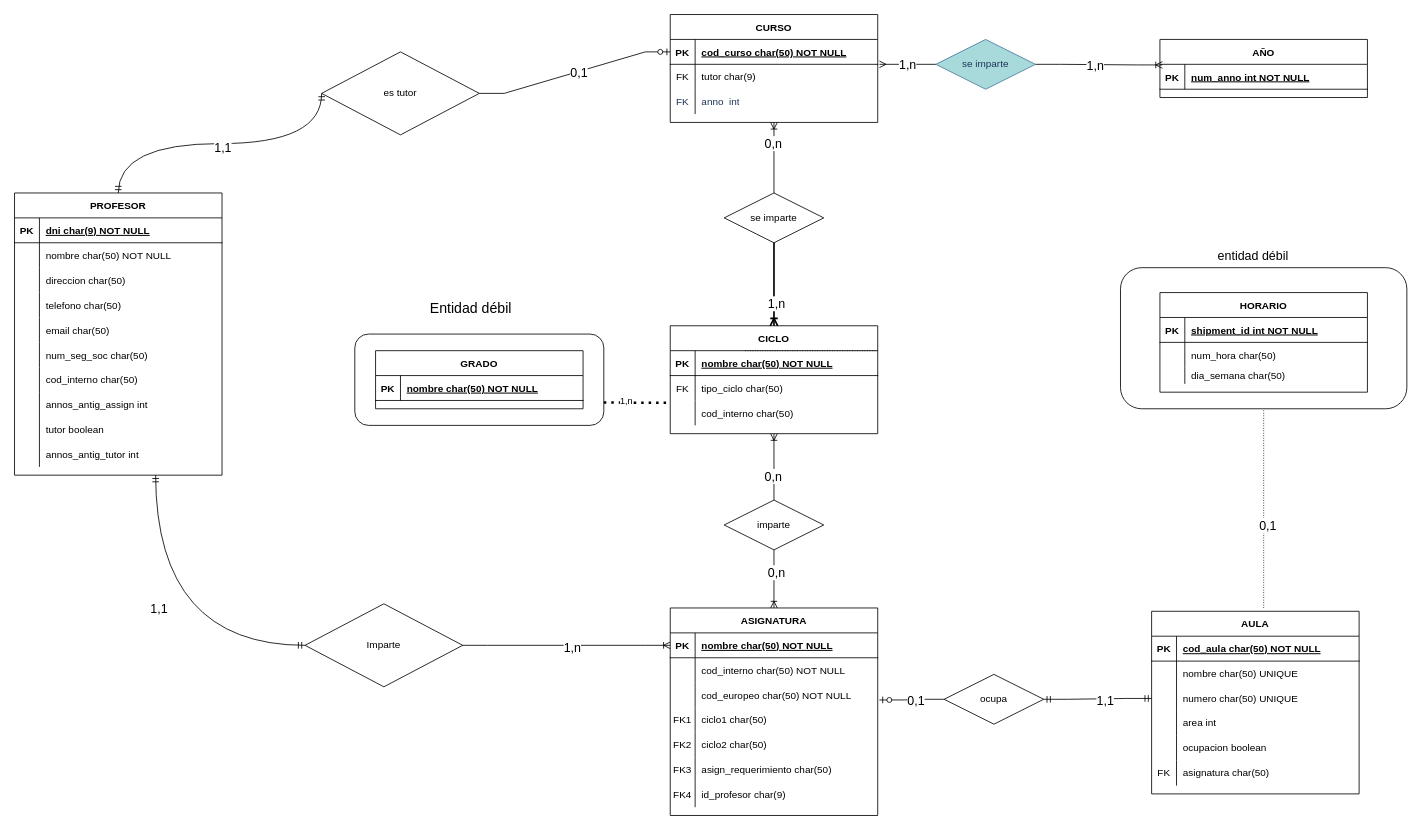
Before: c3-ud12-ejercicio17.drawio in eilmadc/c3-ud12-diagramaser-team03, a draw.io diagram. Source tidied: cells renumbered, new cells numbered last; positions are measured from the earlier drawing's top-left corner, leaving out a move shared by most shapes. Both pictures are drawn from the tidied source at 83%, with x=0, y=0 at pixel (14, 14).
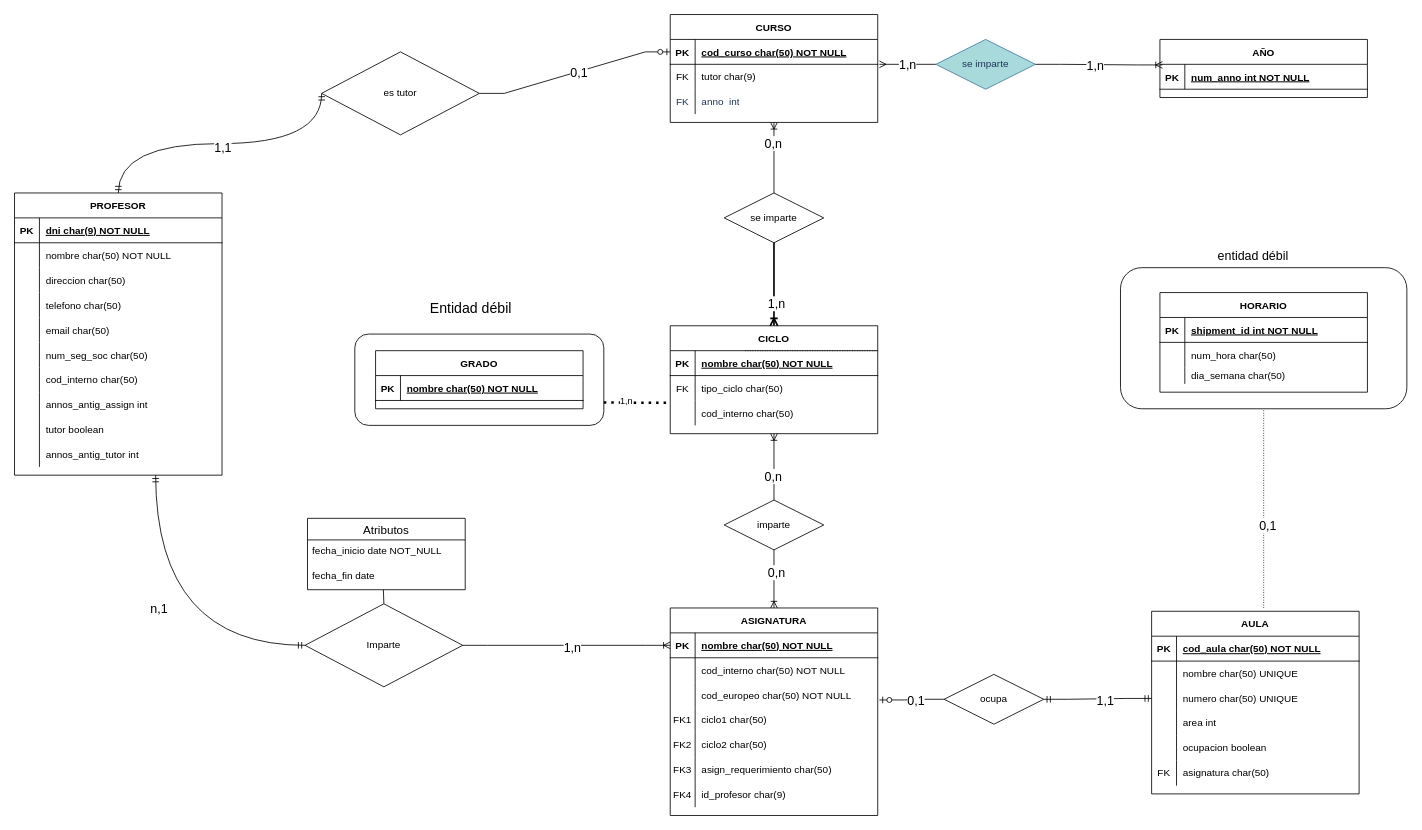
The same page after the edit.

The change refers to these unchanged cells:
```xml
<mxCell id="138" value="Imparte" style="shape=rhombus;perimeter=rhombusPerimeter;whiteSpace=wrap;html=1;align=center;" parent="1" vertex="1">
  <mxGeometry x="350" y="710" width="190" height="100" as="geometry" />
</mxCell>
<mxCell id="144" style="edgeStyle=orthogonalEdgeStyle;fontSize=12;html=1;endArrow=ERmandOne;startArrow=ERmandOne;rounded=0;exitX=0;exitY=0.5;exitDx=0;exitDy=0;curved=1;" parent="1" edge="1" source="138">
  <mxGeometry relative="1" as="geometry">
    <mxPoint x="170" y="555" as="targetPoint" />
  </mxGeometry>
</mxCell>
```

The edit, as a diff of the source:
```diff
@@
-    <mxCell id="145" value="1,1" style="edgeLabel;html=1;align=center;verticalAlign=middle;fontSize=15;" parent="144" vertex="1">
+    <mxCell id="145" value="n,1" style="edgeLabel;html=1;align=center;verticalAlign=middle;fontSize=15;" parent="144" vertex="1">
       <mxGeometry x="0.17" y="-3" relative="1" as="geometry" />
     </mxCell>
@@
+    <mxCell id="151" value="Atributos" style="swimlane;fontStyle=0;horizontal=1;startSize=26;align=center;fontSize=14;" parent="1" vertex="1">
+      <mxGeometry x="353" y="607" width="190" height="86" as="geometry" />
+    </mxCell>
+    <mxCell id="152" value="fecha_inicio date NOT_NULL" style="text;strokeColor=none;fillColor=none;spacingLeft=4;spacingRight=4;overflow=hidden;fontSize=12;whiteSpace=wrap;html=1;" parent="151" vertex="1">
+      <mxGeometry y="26" width="190" height="30" as="geometry" />
+    </mxCell>
+    <mxCell id="153" value="fecha_fin date" style="text;strokeColor=none;fillColor=none;spacingLeft=4;spacingRight=4;overflow=hidden;points=[[0,0.5],[1,0.5]];portConstraint=eastwest;fontSize=12;whiteSpace=wrap;html=1;" parent="151" vertex="1">
+      <mxGeometry y="56" width="190" height="30" as="geometry" />
+    </mxCell>
+    <mxCell id="154" style="endArrow=none;html=1;rounded=0;exitX=0.481;exitY=1;exitDx=0;exitDy=0;exitPerimeter=0;entryX=0.5;entryY=0;entryDx=0;entryDy=0;" parent="1" edge="1" source="153" target="138">
+      <mxGeometry relative="1" as="geometry" />
+    </mxCell>
```
